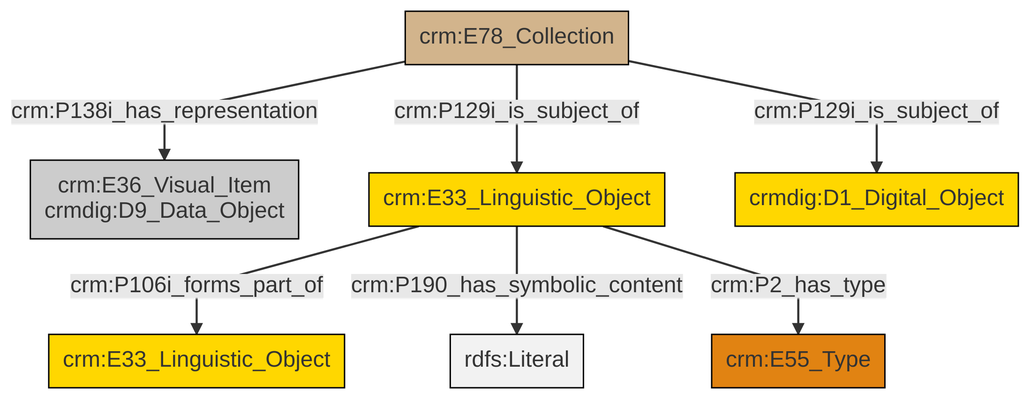
Earlier version of the Mermaid export et/archivalCSV/ttl/mmd/png/archival_docs.png (swiss-art-research-net/docs.swissartresearch). Its source is kept beside it as et/archivalCSV/ttl/mmd/archival_docs.ttl.mmd.
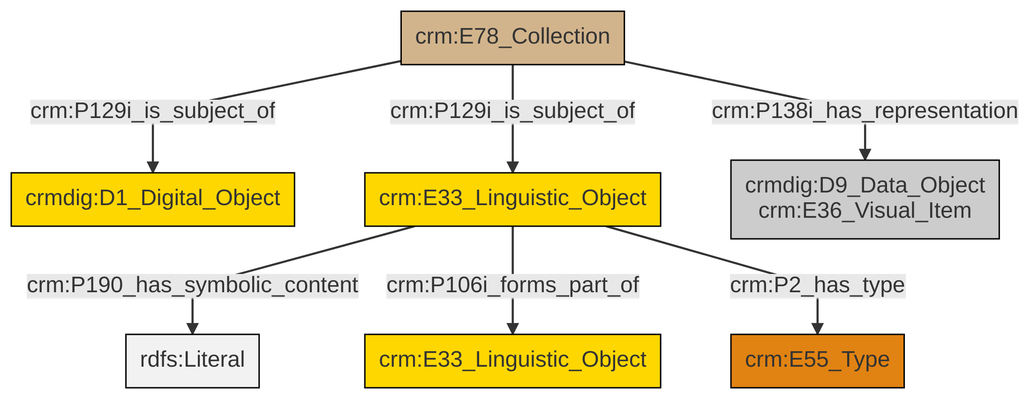
After the change.

Change to the diagram source:
```diff
@@ -13,9 +13,9 @@
 classDef PC_Classes fill:#4ce600, stroke:#000000;
 classDef Multi fill:#cccccc,stroke:#000000;
 
-2["crm:E33_Linguistic_Object"]:::Conceptual_Object -->|crm:P106i_forms_part_of| 3["crm:E33_Linguistic_Object"]:::Conceptual_Object
-7["crm:E78_Collection"]:::Physical_Thing -->|crm:P129i_is_subject_of| 2["crm:E33_Linguistic_Object"]:::Conceptual_Object
-7["crm:E78_Collection"]:::Physical_Thing -->|crm:P138i_has_representation| 0["crm:E36_Visual_Item<br>crmdig:D9_Data_Object"]:::Multi
-2["crm:E33_Linguistic_Object"]:::Conceptual_Object -->|crm:P190_has_symbolic_content| 10[rdfs:Literal]:::Literal
-2["crm:E33_Linguistic_Object"]:::Conceptual_Object -->|crm:P2_has_type| 5["crm:E55_Type"]:::Type
-7["crm:E78_Collection"]:::Physical_Thing -->|crm:P129i_is_subject_of| 11["crmdig:D1_Digital_Object"]:::Conceptual_Object
+0["crm:E78_Collection"]:::Physical_Thing -->|crm:P129i_is_subject_of| 1["crmdig:D1_Digital_Object"]:::Conceptual_Object
+2["crm:E33_Linguistic_Object"]:::Conceptual_Object -->|crm:P190_has_symbolic_content| 3[rdfs:Literal]:::Literal
+0["crm:E78_Collection"]:::Physical_Thing -->|crm:P129i_is_subject_of| 2["crm:E33_Linguistic_Object"]:::Conceptual_Object
+2["crm:E33_Linguistic_Object"]:::Conceptual_Object -->|crm:P106i_forms_part_of| 7["crm:E33_Linguistic_Object"]:::Conceptual_Object
+0["crm:E78_Collection"]:::Physical_Thing -->|crm:P138i_has_representation| 5["crmdig:D9_Data_Object<br>crm:E36_Visual_Item"]:::Multi
+2["crm:E33_Linguistic_Object"]:::Conceptual_Object -->|crm:P2_has_type| 11["crm:E55_Type"]:::Type
```
